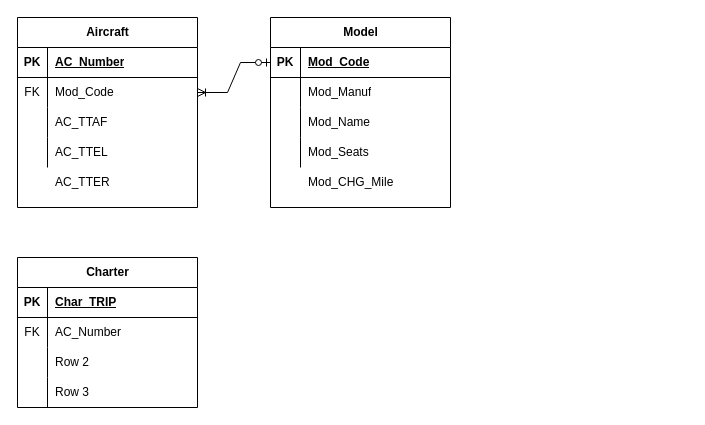
Before: Week4.drawio in TheCSharpAcademy/USC.ICT211.DatabaseDesign, a draw.io diagram. Source tidied: cells renumbered, new cells numbered last; positions are measured from the earlier drawing's top-left corner, leaving out a move shared by most shapes. Both pictures are drawn from the tidied source at 100%, with x=0, y=0 at pixel (17, 17).
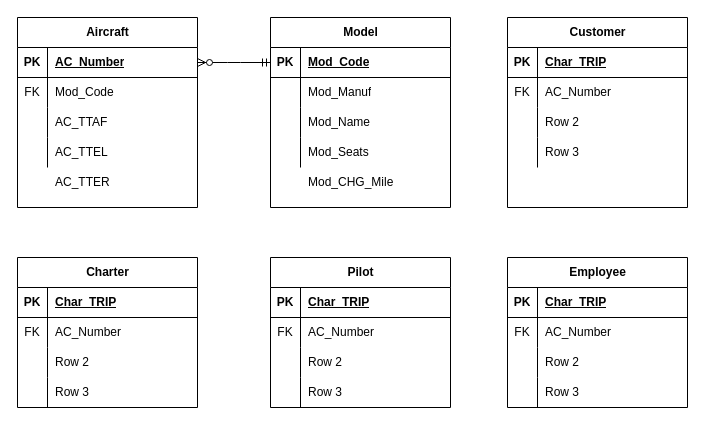
The same diagram, later.

The change refers to these unchanged cells:
```xml
<mxCell id="3" style="shape=tableRow;horizontal=0;startSize=0;swimlaneHead=0;swimlaneBody=0;fillColor=none;points=[[0,0.5],[1,0.5]];portConstraint=eastwest;top=0;left=0;right=0;bottom=1;" parent="2" vertex="1">
  <mxGeometry y="30" width="180" height="30" as="geometry" />
</mxCell>
<mxCell id="6" style="shape=tableRow;horizontal=0;startSize=0;swimlaneHead=0;swimlaneBody=0;fillColor=none;points=[[0,0.5],[1,0.5]];portConstraint=eastwest;top=0;left=0;right=0;bottom=0;" parent="2" vertex="1">
  <mxGeometry y="60" width="180" height="30" as="geometry" />
</mxCell>
<mxCell id="29" style="shape=tableRow;horizontal=0;startSize=0;swimlaneHead=0;swimlaneBody=0;fillColor=none;points=[[0,0.5],[1,0.5]];portConstraint=eastwest;top=0;left=0;right=0;bottom=1;" parent="28" vertex="1">
  <mxGeometry y="30" width="180" height="30" as="geometry" />
</mxCell>
```

What changed in the source:
```diff
@@
-    <mxCell id="45" style="edgeStyle=entityRelationEdgeStyle;fontSize=12;html=1;endArrow=ERoneToMany;startArrow=ERzeroToOne;rounded=0;exitX=0;exitY=0.5;exitDx=0;exitDy=0;entryX=1;entryY=0.5;entryDx=0;entryDy=0;" parent="1" edge="1" source="29" target="6">
-      <mxGeometry relative="1" as="geometry" />
-    </mxCell>
+    <mxCell id="46" value="Pilot" style="shape=table;startSize=30;childLayout=tableLayout;rowLines=0;fontStyle=1;align=center;html=1;" parent="1" vertex="1">
+      <mxGeometry x="253" y="240" width="180" height="150" as="geometry" />
+    </mxCell>
+    <mxCell id="47" style="shape=tableRow;horizontal=0;startSize=0;swimlaneHead=0;swimlaneBody=0;fillColor=none;top=0;left=0;right=0;bottom=1;" parent="46" vertex="1">
+      <mxGeometry y="30" width="180" height="30" as="geometry" />
+    </mxCell>
+    <mxCell id="48" value="PK" style="shape=partialRectangle;fillColor=none;top=0;left=0;bottom=0;right=0;fontStyle=1;overflow=hidden;whiteSpace=wrap;html=1;" parent="47" vertex="1">
+      <mxGeometry width="30" height="30" as="geometry" />
+    </mxCell>
+    <mxCell id="49" value="Char_TRIP" style="shape=partialRectangle;fillColor=none;top=0;left=0;bottom=0;right=0;align=left;spacingLeft=6;fontStyle=5;overflow=hidden;whiteSpace=wrap;html=1;" parent="47" vertex="1">
+      <mxGeometry x="30" width="150" height="30" as="geometry" />
+    </mxCell>
+    <mxCell id="50" style="shape=tableRow;horizontal=0;startSize=0;swimlaneHead=0;swimlaneBody=0;fillColor=none;top=0;left=0;right=0;bottom=0;" parent="46" vertex="1">
+      <mxGeometry y="60" width="180" height="30" as="geometry" />
+    </mxCell>
+    <mxCell id="51" value="FK" style="shape=partialRectangle;fillColor=none;top=0;left=0;bottom=0;right=0;overflow=hidden;whiteSpace=wrap;html=1;" parent="50" vertex="1">
+      <mxGeometry width="30" height="30" as="geometry" />
+    </mxCell>
+    <mxCell id="52" value="AC_Number" style="shape=partialRectangle;fillColor=none;top=0;left=0;bottom=0;right=0;align=left;spacingLeft=6;overflow=hidden;whiteSpace=wrap;html=1;" parent="50" vertex="1">
+      <mxGeometry x="30" width="150" height="30" as="geometry" />
+    </mxCell>
+    <mxCell id="53" style="shape=tableRow;horizontal=0;startSize=0;swimlaneHead=0;swimlaneBody=0;fillColor=none;top=0;left=0;right=0;bottom=0;" parent="46" vertex="1">
+      <mxGeometry y="90" width="180" height="30" as="geometry" />
+    </mxCell>
+    <mxCell id="54" style="shape=partialRectangle;fillColor=none;top=0;left=0;bottom=0;right=0;overflow=hidden;whiteSpace=wrap;html=1;" parent="53" vertex="1">
+      <mxGeometry width="30" height="30" as="geometry" />
+    </mxCell>
+    <mxCell id="55" value="Row 2" style="shape=partialRectangle;fillColor=none;top=0;left=0;bottom=0;right=0;align=left;spacingLeft=6;overflow=hidden;whiteSpace=wrap;html=1;" parent="53" vertex="1">
+      <mxGeometry x="30" width="150" height="30" as="geometry" />
+    </mxCell>
+    <mxCell id="56" style="shape=tableRow;horizontal=0;startSize=0;swimlaneHead=0;swimlaneBody=0;fillColor=none;top=0;left=0;right=0;bottom=0;" parent="46" vertex="1">
+      <mxGeometry y="120" width="180" height="30" as="geometry" />
+    </mxCell>
+    <mxCell id="57" style="shape=partialRectangle;fillColor=none;top=0;left=0;bottom=0;right=0;overflow=hidden;whiteSpace=wrap;html=1;" parent="56" vertex="1">
+      <mxGeometry width="30" height="30" as="geometry" />
+    </mxCell>
+    <mxCell id="58" value="Row 3" style="shape=partialRectangle;fillColor=none;top=0;left=0;bottom=0;right=0;align=left;spacingLeft=6;overflow=hidden;whiteSpace=wrap;html=1;" parent="56" vertex="1">
+      <mxGeometry x="30" width="150" height="30" as="geometry" />
+    </mxCell>
+    <mxCell id="59" value="Employee" style="shape=table;startSize=30;childLayout=tableLayout;rowLines=0;fontStyle=1;align=center;html=1;" parent="1" vertex="1">
+      <mxGeometry x="490" y="240" width="180" height="150" as="geometry" />
+    </mxCell>
+    <mxCell id="60" style="shape=tableRow;horizontal=0;startSize=0;swimlaneHead=0;swimlaneBody=0;fillColor=none;top=0;left=0;right=0;bottom=1;" parent="59" vertex="1">
+      <mxGeometry y="30" width="180" height="30" as="geometry" />
+    </mxCell>
+    <mxCell id="61" value="PK" style="shape=partialRectangle;fillColor=none;top=0;left=0;bottom=0;right=0;fontStyle=1;overflow=hidden;whiteSpace=wrap;html=1;" parent="60" vertex="1">
+      <mxGeometry width="30" height="30" as="geometry" />
+    </mxCell>
+    <mxCell id="62" value="Char_TRIP" style="shape=partialRectangle;fillColor=none;top=0;left=0;bottom=0;right=0;align=left;spacingLeft=6;fontStyle=5;overflow=hidden;whiteSpace=wrap;html=1;" parent="60" vertex="1">
+      <mxGeometry x="30" width="150" height="30" as="geometry" />
+    </mxCell>
+    <mxCell id="63" style="shape=tableRow;horizontal=0;startSize=0;swimlaneHead=0;swimlaneBody=0;fillColor=none;top=0;left=0;right=0;bottom=0;" parent="59" vertex="1">
+      <mxGeometry y="60" width="180" height="30" as="geometry" />
+    </mxCell>
+    <mxCell id="64" value="FK" style="shape=partialRectangle;fillColor=none;top=0;left=0;bottom=0;right=0;overflow=hidden;whiteSpace=wrap;html=1;" parent="63" vertex="1">
+      <mxGeometry width="30" height="30" as="geometry" />
+    </mxCell>
+    <mxCell id="65" value="AC_Number" style="shape=partialRectangle;fillColor=none;top=0;left=0;bottom=0;right=0;align=left;spacingLeft=6;overflow=hidden;whiteSpace=wrap;html=1;" parent="63" vertex="1">
+      <mxGeometry x="30" width="150" height="30" as="geometry" />
+    </mxCell>
+    <mxCell id="66" style="shape=tableRow;horizontal=0;startSize=0;swimlaneHead=0;swimlaneBody=0;fillColor=none;top=0;left=0;right=0;bottom=0;" parent="59" vertex="1">
+      <mxGeometry y="90" width="180" height="30" as="geometry" />
+    </mxCell>
+    <mxCell id="67" style="shape=partialRectangle;fillColor=none;top=0;left=0;bottom=0;right=0;overflow=hidden;whiteSpace=wrap;html=1;" parent="66" vertex="1">
+      <mxGeometry width="30" height="30" as="geometry" />
+    </mxCell>
+    <mxCell id="68" value="Row 2" style="shape=partialRectangle;fillColor=none;top=0;left=0;bottom=0;right=0;align=left;spacingLeft=6;overflow=hidden;whiteSpace=wrap;html=1;" parent="66" vertex="1">
+      <mxGeometry x="30" width="150" height="30" as="geometry" />
+    </mxCell>
+    <mxCell id="69" style="shape=tableRow;horizontal=0;startSize=0;swimlaneHead=0;swimlaneBody=0;fillColor=none;top=0;left=0;right=0;bottom=0;" parent="59" vertex="1">
+      <mxGeometry y="120" width="180" height="30" as="geometry" />
+    </mxCell>
+    <mxCell id="70" style="shape=partialRectangle;fillColor=none;top=0;left=0;bottom=0;right=0;overflow=hidden;whiteSpace=wrap;html=1;" parent="69" vertex="1">
+      <mxGeometry width="30" height="30" as="geometry" />
+    </mxCell>
+    <mxCell id="71" value="Row 3" style="shape=partialRectangle;fillColor=none;top=0;left=0;bottom=0;right=0;align=left;spacingLeft=6;overflow=hidden;whiteSpace=wrap;html=1;" parent="69" vertex="1">
+      <mxGeometry x="30" width="150" height="30" as="geometry" />
+    </mxCell>
+    <mxCell id="72" value="Customer" style="shape=table;startSize=30;childLayout=tableLayout;rowLines=0;fontStyle=1;align=center;html=1;" parent="1" vertex="1">
+      <mxGeometry x="490" width="180" height="190" as="geometry" />
+    </mxCell>
+    <mxCell id="73" style="shape=tableRow;horizontal=0;startSize=0;swimlaneHead=0;swimlaneBody=0;fillColor=none;top=0;left=0;right=0;bottom=1;" parent="72" vertex="1">
+      <mxGeometry y="30" width="180" height="30" as="geometry" />
+    </mxCell>
+    <mxCell id="74" value="PK" style="shape=partialRectangle;fillColor=none;top=0;left=0;bottom=0;right=0;fontStyle=1;overflow=hidden;whiteSpace=wrap;html=1;" parent="73" vertex="1">
+      <mxGeometry width="30" height="30" as="geometry" />
+    </mxCell>
+    <mxCell id="75" value="Char_TRIP" style="shape=partialRectangle;fillColor=none;top=0;left=0;bottom=0;right=0;align=left;spacingLeft=6;fontStyle=5;overflow=hidden;whiteSpace=wrap;html=1;" parent="73" vertex="1">
+      <mxGeometry x="30" width="150" height="30" as="geometry" />
+    </mxCell>
+    <mxCell id="76" style="shape=tableRow;horizontal=0;startSize=0;swimlaneHead=0;swimlaneBody=0;fillColor=none;top=0;left=0;right=0;bottom=0;" parent="72" vertex="1">
+      <mxGeometry y="60" width="180" height="30" as="geometry" />
+    </mxCell>
+    <mxCell id="77" value="FK" style="shape=partialRectangle;fillColor=none;top=0;left=0;bottom=0;right=0;overflow=hidden;whiteSpace=wrap;html=1;" parent="76" vertex="1">
+      <mxGeometry width="30" height="30" as="geometry" />
+    </mxCell>
+    <mxCell id="78" value="AC_Number" style="shape=partialRectangle;fillColor=none;top=0;left=0;bottom=0;right=0;align=left;spacingLeft=6;overflow=hidden;whiteSpace=wrap;html=1;" parent="76" vertex="1">
+      <mxGeometry x="30" width="150" height="30" as="geometry" />
+    </mxCell>
+    <mxCell id="79" style="shape=tableRow;horizontal=0;startSize=0;swimlaneHead=0;swimlaneBody=0;fillColor=none;top=0;left=0;right=0;bottom=0;" parent="72" vertex="1">
+      <mxGeometry y="90" width="180" height="30" as="geometry" />
+    </mxCell>
+    <mxCell id="80" style="shape=partialRectangle;fillColor=none;top=0;left=0;bottom=0;right=0;overflow=hidden;whiteSpace=wrap;html=1;" parent="79" vertex="1">
+      <mxGeometry width="30" height="30" as="geometry" />
+    </mxCell>
+    <mxCell id="81" value="Row 2" style="shape=partialRectangle;fillColor=none;top=0;left=0;bottom=0;right=0;align=left;spacingLeft=6;overflow=hidden;whiteSpace=wrap;html=1;" parent="79" vertex="1">
+      <mxGeometry x="30" width="150" height="30" as="geometry" />
+    </mxCell>
+    <mxCell id="82" style="shape=tableRow;horizontal=0;startSize=0;swimlaneHead=0;swimlaneBody=0;fillColor=none;top=0;left=0;right=0;bottom=0;" parent="72" vertex="1">
+      <mxGeometry y="120" width="180" height="30" as="geometry" />
+    </mxCell>
+    <mxCell id="83" style="shape=partialRectangle;fillColor=none;top=0;left=0;bottom=0;right=0;overflow=hidden;whiteSpace=wrap;html=1;" parent="82" vertex="1">
+      <mxGeometry width="30" height="30" as="geometry" />
+    </mxCell>
+    <mxCell id="84" value="Row 3" style="shape=partialRectangle;fillColor=none;top=0;left=0;bottom=0;right=0;align=left;spacingLeft=6;overflow=hidden;whiteSpace=wrap;html=1;" parent="82" vertex="1">
+      <mxGeometry x="30" width="150" height="30" as="geometry" />
+    </mxCell>
+    <mxCell id="85" style="edgeStyle=entityRelationEdgeStyle;fontSize=12;html=1;endArrow=ERzeroToMany;startArrow=ERmandOne;rounded=0;exitX=0;exitY=0.5;exitDx=0;exitDy=0;entryX=1;entryY=0.5;entryDx=0;entryDy=0;" parent="1" edge="1" source="29" target="3">
+      <mxGeometry relative="1" as="geometry" />
+    </mxCell>
```
